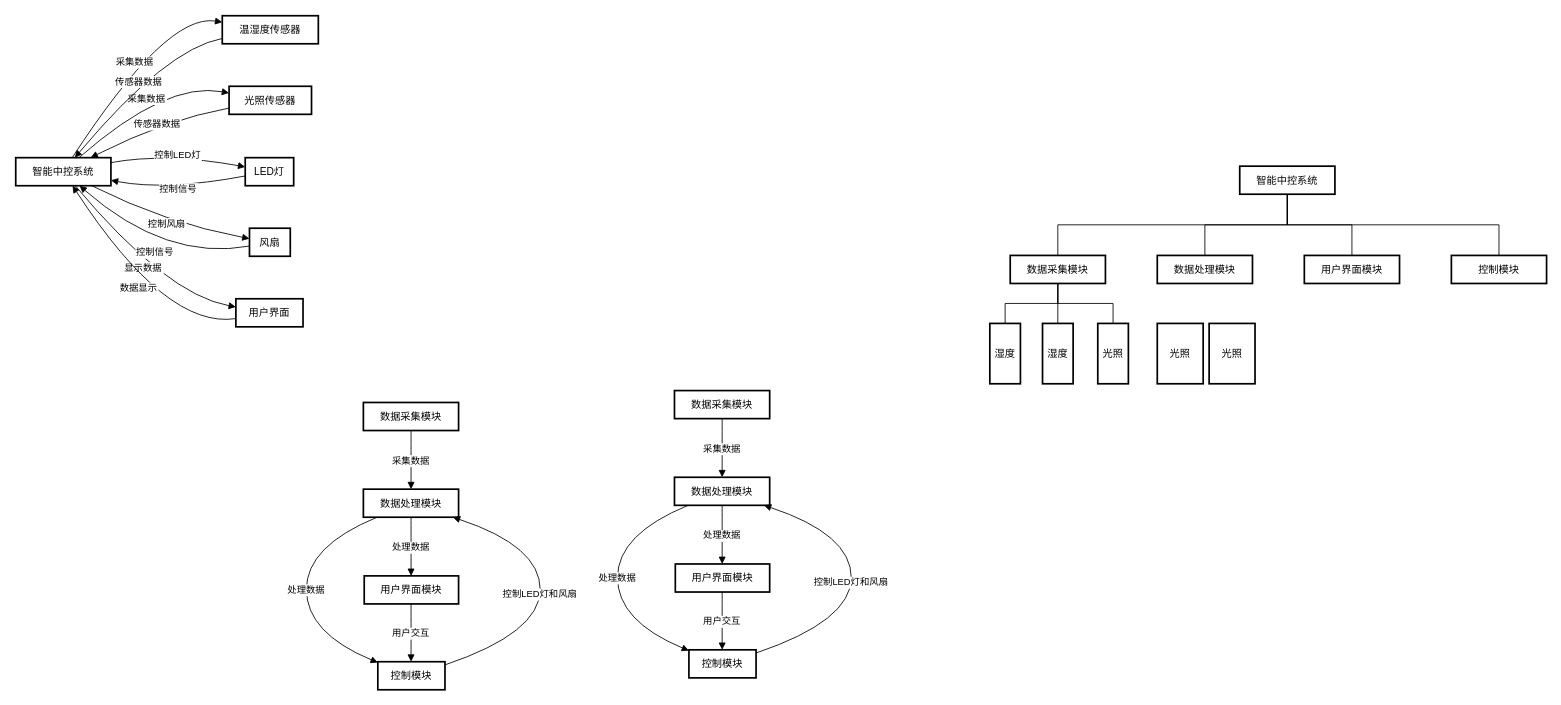
Above: 智能硬件开发/智能中控系统架构图.drawio in kurisaW/Graph_Store (draw.io), before the change. Source tidied: cells renumbered, new cells numbered last; positions are measured from the earlier drawing's top-left corner, leaving out a move shared by most shapes. Both pictures are drawn from the tidied source at 85%, with x=0, y=0 at pixel (15, 13).
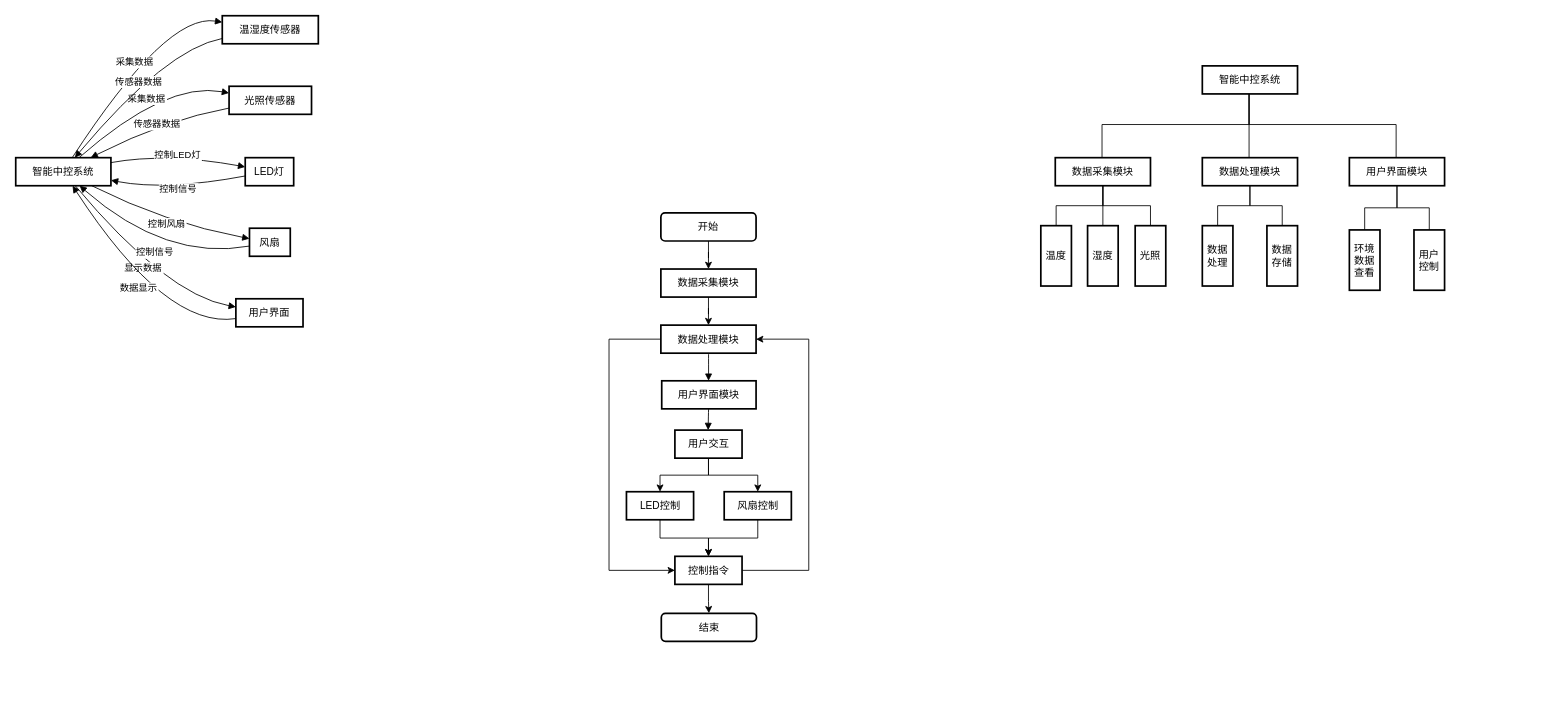
Above is the later version.

Commit message (it also covers changes not shown here):
更新智能中控系统架构图.drawio

What changed in the source:
```diff
@@
-    <mxCell id="18" style="edgeStyle=orthogonalEdgeStyle;rounded=0;jettySize=auto;html=1;endArrow=none;endFill=0;" parent="1" edge="1" source="22" target="44">
+    <mxCell id="18" style="edgeStyle=orthogonalEdgeStyle;rounded=0;orthogonalLoop=1;jettySize=auto;html=1;endArrow=none;endFill=0;entryX=0.5;entryY=0;entryDx=0;entryDy=0;" parent="1" edge="1">
       <mxGeometry relative="1" as="geometry">
+        <mxPoint x="1451" y="95" as="sourcePoint" />
+        <mxPoint x="1278" y="170" as="targetPoint" />
         <Array as="points">
-          <mxPoint x="1496" y="249" />
-          <mxPoint x="1226" y="249" />
+          <mxPoint x="1451" y="131" />
+          <mxPoint x="1278" y="131" />
         </Array>
       </mxGeometry>
     </mxCell>
-    <mxCell id="19" style="edgeStyle=orthogonalEdgeStyle;rounded=0;jettySize=auto;html=1;endArrow=none;endFill=0;" parent="1" edge="1" source="22" target="45">
-      <mxGeometry relative="1" as="geometry" />
+    <mxCell id="19" style="edgeStyle=orthogonalEdgeStyle;rounded=0;orthogonalLoop=1;jettySize=auto;html=1;endArrow=none;endFill=0;" parent="1" edge="1">
+      <mxGeometry relative="1" as="geometry">
+        <mxPoint x="1451" y="95" as="sourcePoint" />
+        <mxPoint x="1451" y="170" as="targetPoint" />
+      </mxGeometry>
     </mxCell>
-    <mxCell id="20" style="edgeStyle=orthogonalEdgeStyle;rounded=0;jettySize=auto;html=1;endArrow=none;endFill=0;" parent="1" edge="1" source="22" target="46">
-      <mxGeometry relative="1" as="geometry" />
+    <mxCell id="20" style="edgeStyle=orthogonalEdgeStyle;rounded=0;orthogonalLoop=1;jettySize=auto;html=1;endArrow=none;endFill=0;" parent="1" edge="1">
+      <mxGeometry relative="1" as="geometry">
+        <mxPoint x="1451" y="95" as="sourcePoint" />
+        <mxPoint x="1624" y="170" as="targetPoint" />
+        <Array as="points">
+          <mxPoint x="1451" y="131" />
+          <mxPoint x="1624" y="131" />
+        </Array>
+      </mxGeometry>
     </mxCell>
-    <mxCell id="21" style="edgeStyle=orthogonalEdgeStyle;rounded=0;jettySize=auto;html=1;endArrow=none;endFill=0;" parent="1" edge="1" source="22" target="47">
-      <mxGeometry relative="1" as="geometry">
-        <Array as="points">
-          <mxPoint x="1496" y="249" />
-          <mxPoint x="1745" y="249" />
-        </Array>
-      </mxGeometry>
-    </mxCell>
     <mxCell id="22" value="智能中控系统" style="whiteSpace=wrap;strokeWidth=2;" parent="1" vertex="1">
-      <mxGeometry x="1440" y="180" width="112" height="33" as="geometry" />
+      <mxGeometry x="1396" y="62" width="112" height="33" as="geometry" />
     </mxCell>
-    <mxCell id="23" value="数据采集模块" style="whiteSpace=wrap;strokeWidth=2;" parent="1" vertex="1">
-      <mxGeometry x="409" y="458" width="112" height="33" as="geometry" />
-    </mxCell>
-    <mxCell id="24" value="数据处理模块" style="whiteSpace=wrap;strokeWidth=2;" parent="1" vertex="1">
-      <mxGeometry x="409" y="560" width="112" height="33" as="geometry" />
-    </mxCell>
-    <mxCell id="25" value="用户界面模块" style="whiteSpace=wrap;strokeWidth=2;" parent="1" vertex="1">
-      <mxGeometry x="410" y="662" width="111" height="33" as="geometry" />
-    </mxCell>
-    <mxCell id="26" value="控制模块" style="whiteSpace=wrap;strokeWidth=2;" parent="1" vertex="1">
-      <mxGeometry x="426" y="763" width="79" height="33" as="geometry" />
-    </mxCell>
-    <mxCell id="27" value="采集数据" style="curved=1;startArrow=none;endArrow=block;exitX=0.5008928435189384;exitY=1.0121212583599668;entryX=0.5008928435189384;entryY=-0.0060605713815400095;rounded=0;" parent="1" edge="1" source="23" target="24">
-      <mxGeometry relative="1" as="geometry" />
-    </mxCell>
-    <mxCell id="28" value="处理数据" style="curved=1;startArrow=none;endArrow=block;exitX=0.5008928435189384;exitY=1.0060606869784268;entryX=0.49639638264973956;entryY=-0.012121142763080019;rounded=0;" parent="1" edge="1" source="24" target="25">
-      <mxGeometry relative="1" as="geometry" />
-    </mxCell>
-    <mxCell id="29" value="处理数据" style="curved=1;startArrow=none;endArrow=block;exitX=0.13969615916211747;exitY=1.0060606869784268;entryX=-0.005063310454163371;entryY=0.02405576011813771;rounded=0;" parent="1" edge="1" source="24" target="26">
-      <mxGeometry relative="1" as="geometry">
-        <Array as="points">
-          <mxPoint x="342" y="627" />
-          <mxPoint x="342" y="729" />
-        </Array>
-      </mxGeometry>
-    </mxCell>
-    <mxCell id="30" value="用户交互" style="curved=1;startArrow=none;endArrow=block;exitX=0.49639638264973956;exitY=1.0000001155968867;entryX=0.49493668954583664;entryY=0.012121316158410275;rounded=0;" parent="1" edge="1" source="25" target="26">
-      <mxGeometry relative="1" as="geometry" />
-    </mxCell>
-    <mxCell id="31" value="控制LED灯和风扇" style="curved=1;startArrow=none;endArrow=block;exitX=0.9949366895458366;exitY=0.11667771436992092;entryX=0.9454130402922937;entryY=1.0060606869784268;rounded=0;" parent="1" edge="1" source="26" target="24">
-      <mxGeometry relative="1" as="geometry">
-        <Array as="points">
-          <mxPoint x="617" y="729" />
-          <mxPoint x="617" y="627" />
-        </Array>
-      </mxGeometry>
-    </mxCell>
+    <mxCell id="36" style="edgeStyle=orthogonalEdgeStyle;rounded=0;jettySize=auto;html=1;" parent="1" edge="1" source="32" target="33">
+      <mxGeometry relative="1" as="geometry" />
+    </mxCell>
     <mxCell id="32" value="数据采集模块" style="whiteSpace=wrap;strokeWidth=2;" parent="1" vertex="1">
-      <mxGeometry x="775" y="444" width="112" height="33" as="geometry" />
+      <mxGeometry x="759" y="301" width="112" height="33" as="geometry" />
     </mxCell>
+    <mxCell id="53" style="edgeStyle=orthogonalEdgeStyle;rounded=0;jettySize=auto;html=1;entryX=0;entryY=0.5;entryDx=0;entryDy=0;" parent="1" edge="1" source="33" target="72">
+      <mxGeometry relative="1" as="geometry">
+        <Array as="points">
+          <mxPoint x="698" y="384" />
+          <mxPoint x="698" y="656" />
+        </Array>
+      </mxGeometry>
+    </mxCell>
     <mxCell id="33" value="数据处理模块" style="whiteSpace=wrap;strokeWidth=2;" parent="1" vertex="1">
-      <mxGeometry x="775" y="546" width="112" height="33" as="geometry" />
+      <mxGeometry x="759" y="367" width="112" height="33" as="geometry" />
     </mxCell>
     <mxCell id="34" value="用户界面模块" style="whiteSpace=wrap;strokeWidth=2;" parent="1" vertex="1">
-      <mxGeometry x="776" y="648" width="111" height="33" as="geometry" />
+      <mxGeometry x="760" y="432.5" width="111" height="33" as="geometry" />
     </mxCell>
+    <mxCell id="54" style="edgeStyle=orthogonalEdgeStyle;rounded=0;jettySize=auto;html=1;entryX=1;entryY=0.5;entryDx=0;entryDy=0;exitX=1;exitY=0.5;exitDx=0;exitDy=0;" parent="1" edge="1" source="72" target="33">
+      <mxGeometry relative="1" as="geometry">
+        <Array as="points">
+          <mxPoint x="933" y="656" />
+          <mxPoint x="933" y="384" />
+        </Array>
+      </mxGeometry>
+    </mxCell>
+    <mxCell id="55" style="edgeStyle=orthogonalEdgeStyle;rounded=0;jettySize=auto;html=1;entryX=0.5;entryY=0;entryDx=0;entryDy=0;" parent="1" edge="1" source="35" target="68">
+      <mxGeometry relative="1" as="geometry" />
+    </mxCell>
+    <mxCell id="56" style="edgeStyle=orthogonalEdgeStyle;rounded=0;jettySize=auto;html=1;entryX=0.5;entryY=0;entryDx=0;entryDy=0;" parent="1" edge="1" source="35" target="70">
+      <mxGeometry relative="1" as="geometry" />
+    </mxCell>
-    <mxCell id="35" value="控制模块" style="whiteSpace=wrap;strokeWidth=2;" parent="1" vertex="1">
-      <mxGeometry x="792" y="749" width="79" height="33" as="geometry" />
+    <mxCell id="35" value="用户交互" style="whiteSpace=wrap;strokeWidth=2;" parent="1" vertex="1">
+      <mxGeometry x="775.5" y="490.5" width="79" height="33" as="geometry" />
     </mxCell>
-    <mxCell id="36" value="采集数据" style="curved=1;startArrow=none;endArrow=block;exitX=0.5008928435189384;exitY=1.0121212583599668;entryX=0.5008928435189384;entryY=-0.0060605713815400095;rounded=0;" parent="1" edge="1" source="32" target="33">
-      <mxGeometry relative="1" as="geometry" />
-    </mxCell>
-    <mxCell id="37" value="处理数据" style="curved=1;startArrow=none;endArrow=block;exitX=0.5008928435189384;exitY=1.0060606869784268;entryX=0.49639638264973956;entryY=-0.012121142763080019;rounded=0;" parent="1" edge="1" source="33" target="34">
+    <mxCell id="37" style="curved=1;startArrow=none;endArrow=block;exitX=0.5008928435189384;exitY=1.0060606869784268;entryX=0.49639638264973956;entryY=-0.012121142763080019;rounded=0;" parent="1" edge="1" source="33" target="34">
       <mxGeometry relative="1" as="geometry" />
     </mxCell>
-    <mxCell id="38" value="处理数据" style="curved=1;startArrow=none;endArrow=block;exitX=0.13969615916211747;exitY=1.0060606869784268;entryX=-0.005063310454163371;entryY=0.02405576011813771;rounded=0;" parent="1" edge="1" source="33" target="35">
-      <mxGeometry relative="1" as="geometry">
-        <Array as="points">
-          <mxPoint x="708" y="613" />
-          <mxPoint x="708" y="715" />
-        </Array>
-      </mxGeometry>
-    </mxCell>
-    <mxCell id="39" value="用户交互" style="curved=1;startArrow=none;endArrow=block;exitX=0.49639638264973956;exitY=1.0000001155968867;entryX=0.49493668954583664;entryY=0.012121316158410275;rounded=0;" parent="1" edge="1" source="34" target="35">
+    <mxCell id="39" style="curved=1;startArrow=none;endArrow=block;exitX=0.49639638264973956;exitY=1.0000001155968867;entryX=0.49493668954583664;entryY=0.012121316158410275;rounded=0;" parent="1" edge="1" source="34" target="35">
       <mxGeometry relative="1" as="geometry" />
     </mxCell>
-    <mxCell id="40" value="控制LED灯和风扇" style="curved=1;startArrow=none;endArrow=block;exitX=0.9949366895458366;exitY=0.11667771436992092;entryX=0.9454130402922937;entryY=1.0060606869784268;rounded=0;" parent="1" edge="1" source="35" target="33">
-      <mxGeometry relative="1" as="geometry">
-        <Array as="points">
-          <mxPoint x="983" y="715" />
-          <mxPoint x="983" y="613" />
-        </Array>
-      </mxGeometry>
-    </mxCell>
@@
     <mxCell id="44" value="数据采集模块" style="whiteSpace=wrap;strokeWidth=2;" parent="1" vertex="1">
-      <mxGeometry x="1170" y="285" width="112" height="33" as="geometry" />
+      <mxGeometry x="1223" y="170" width="112" height="33" as="geometry" />
     </mxCell>
+    <mxCell id="57" style="edgeStyle=orthogonalEdgeStyle;rounded=0;jettySize=auto;html=1;entryX=0.5;entryY=0;entryDx=0;entryDy=0;endArrow=none;endFill=0;" parent="1" edge="1" source="45" target="61">
+      <mxGeometry relative="1" as="geometry" />
+    </mxCell>
+    <mxCell id="58" style="edgeStyle=orthogonalEdgeStyle;rounded=0;jettySize=auto;html=1;endArrow=none;endFill=0;" parent="1" edge="1" source="45" target="62">
+      <mxGeometry relative="1" as="geometry" />
+    </mxCell>
     <mxCell id="45" value="数据处理模块" style="whiteSpace=wrap;strokeWidth=2;" parent="1" vertex="1">
-      <mxGeometry x="1343" y="285" width="112" height="33" as="geometry" />
+      <mxGeometry x="1396" y="170" width="112" height="33" as="geometry" />
     </mxCell>
+    <mxCell id="59" style="edgeStyle=orthogonalEdgeStyle;rounded=0;jettySize=auto;html=1;entryX=0.5;entryY=0;entryDx=0;entryDy=0;endArrow=none;endFill=0;" parent="1" edge="1" source="46" target="63">
+      <mxGeometry relative="1" as="geometry" />
+    </mxCell>
+    <mxCell id="60" style="edgeStyle=orthogonalEdgeStyle;rounded=0;jettySize=auto;html=1;entryX=0.5;entryY=0;entryDx=0;entryDy=0;endArrow=none;endFill=0;" parent="1" edge="1" source="46" target="64">
+      <mxGeometry relative="1" as="geometry" />
+    </mxCell>
     <mxCell id="46" value="用户界面模块" style="whiteSpace=wrap;strokeWidth=2;" parent="1" vertex="1">
-      <mxGeometry x="1516" y="285" width="112" height="33" as="geometry" />
+      <mxGeometry x="1569" y="170" width="112" height="33" as="geometry" />
     </mxCell>
-    <mxCell id="47" value="控制模块" style="whiteSpace=wrap;strokeWidth=2;" parent="1" vertex="1">
-      <mxGeometry x="1689" y="285" width="112" height="33" as="geometry" />
-    </mxCell>
     <mxCell id="48" value="湿度" style="whiteSpace=wrap;strokeWidth=2;" parent="1" vertex="1">
-      <mxGeometry x="1208" y="365" width="36" height="71" as="geometry" />
+      <mxGeometry x="1261" y="250" width="36" height="71" as="geometry" />
     </mxCell>
-    <mxCell id="49" value="光照" style="whiteSpace=wrap;strokeWidth=2;" parent="1" vertex="1">
-      <mxGeometry x="1343" y="365" width="54" height="71" as="geometry" />
-    </mxCell>
-    <mxCell id="50" value="光照" style="whiteSpace=wrap;strokeWidth=2;" parent="1" vertex="1">
-      <mxGeometry x="1404" y="365" width="54" height="71" as="geometry" />
-    </mxCell>
-    <mxCell id="51" value="湿度" style="whiteSpace=wrap;strokeWidth=2;" parent="1" vertex="1">
-      <mxGeometry x="1146" y="365" width="36" height="71" as="geometry" />
+    <mxCell id="51" value="温度" style="whiteSpace=wrap;strokeWidth=2;" parent="1" vertex="1">
+      <mxGeometry x="1206" y="250" width="36" height="71" as="geometry" />
     </mxCell>
     <mxCell id="52" value="光照" style="whiteSpace=wrap;strokeWidth=2;" parent="1" vertex="1">
-      <mxGeometry x="1273" y="365" width="36" height="71" as="geometry" />
+      <mxGeometry x="1317" y="250" width="36" height="71" as="geometry" />
     </mxCell>
+    <mxCell id="61" value="数据处理" style="whiteSpace=wrap;strokeWidth=2;" parent="1" vertex="1">
+      <mxGeometry x="1396" y="250" width="36" height="71" as="geometry" />
+    </mxCell>
+    <mxCell id="62" value="数据存储" style="whiteSpace=wrap;strokeWidth=2;" parent="1" vertex="1">
+      <mxGeometry x="1472" y="250" width="36" height="71" as="geometry" />
+    </mxCell>
+    <mxCell id="63" value="环境数据查看" style="whiteSpace=wrap;strokeWidth=2;" parent="1" vertex="1">
+      <mxGeometry x="1569" y="255" width="36" height="71" as="geometry" />
+    </mxCell>
+    <mxCell id="64" value="用户控制" style="whiteSpace=wrap;strokeWidth=2;" parent="1" vertex="1">
+      <mxGeometry x="1645" y="255" width="36" height="71" as="geometry" />
+    </mxCell>
+    <mxCell id="65" style="edgeStyle=orthogonalEdgeStyle;rounded=0;jettySize=auto;html=1;" parent="1" edge="1" source="66" target="32">
+      <mxGeometry relative="1" as="geometry" />
+    </mxCell>
+    <mxCell id="66" value="开始" style="whiteSpace=wrap;strokeWidth=2;rounded=1;" parent="1" vertex="1">
+      <mxGeometry x="759" y="235" width="112" height="33" as="geometry" />
+    </mxCell>
+    <mxCell id="67" style="edgeStyle=orthogonalEdgeStyle;rounded=0;jettySize=auto;html=1;entryX=0.5;entryY=0;entryDx=0;entryDy=0;" parent="1" edge="1" source="68" target="72">
+      <mxGeometry relative="1" as="geometry" />
+    </mxCell>
+    <mxCell id="68" value="LED控制" style="whiteSpace=wrap;strokeWidth=2;" parent="1" vertex="1">
+      <mxGeometry x="718.5" y="563" width="79" height="33" as="geometry" />
+    </mxCell>
+    <mxCell id="69" style="edgeStyle=orthogonalEdgeStyle;rounded=0;jettySize=auto;html=1;entryX=0.5;entryY=0;entryDx=0;entryDy=0;" parent="1" edge="1" source="70" target="72">
+      <mxGeometry relative="1" as="geometry" />
+    </mxCell>
+    <mxCell id="70" value="风扇控制" style="whiteSpace=wrap;strokeWidth=2;" parent="1" vertex="1">
+      <mxGeometry x="833.5" y="563" width="79" height="33" as="geometry" />
+    </mxCell>
+    <mxCell id="71" style="edgeStyle=orthogonalEdgeStyle;rounded=0;jettySize=auto;html=1;" parent="1" edge="1" source="72" target="73">
+      <mxGeometry relative="1" as="geometry" />
+    </mxCell>
+    <mxCell id="72" value="控制指令" style="whiteSpace=wrap;strokeWidth=2;" parent="1" vertex="1">
+      <mxGeometry x="775.5" y="639" width="79" height="33" as="geometry" />
+    </mxCell>
+    <mxCell id="73" value="结束" style="whiteSpace=wrap;strokeWidth=2;rounded=1;" parent="1" vertex="1">
+      <mxGeometry x="759.5" y="706" width="112" height="33" as="geometry" />
+    </mxCell>
```
